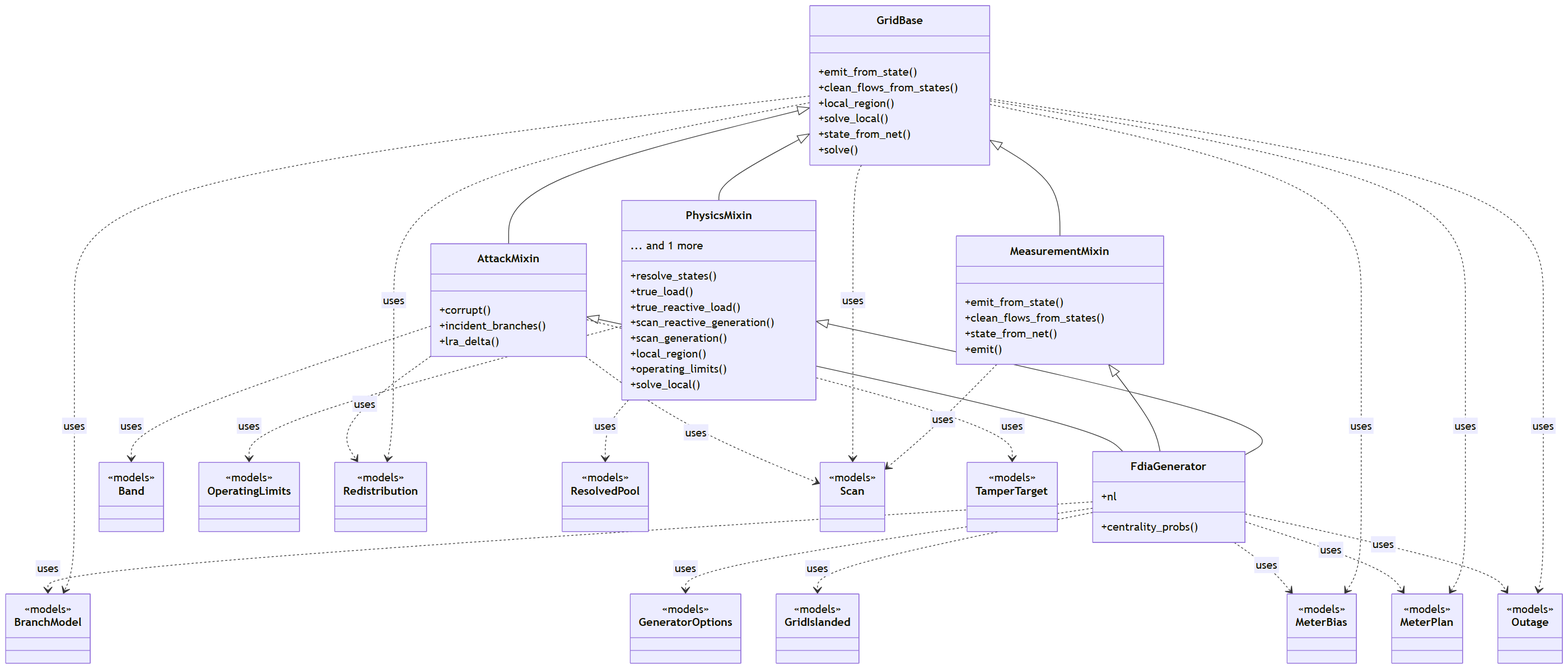
myersben9/fdia-graph keeps this Mermaid diagram as docs/figures/diagrams/classes_engine.png. Above is the earlier version. Its source is kept beside it as docs/figures/diagrams/classes_engine.mmd.
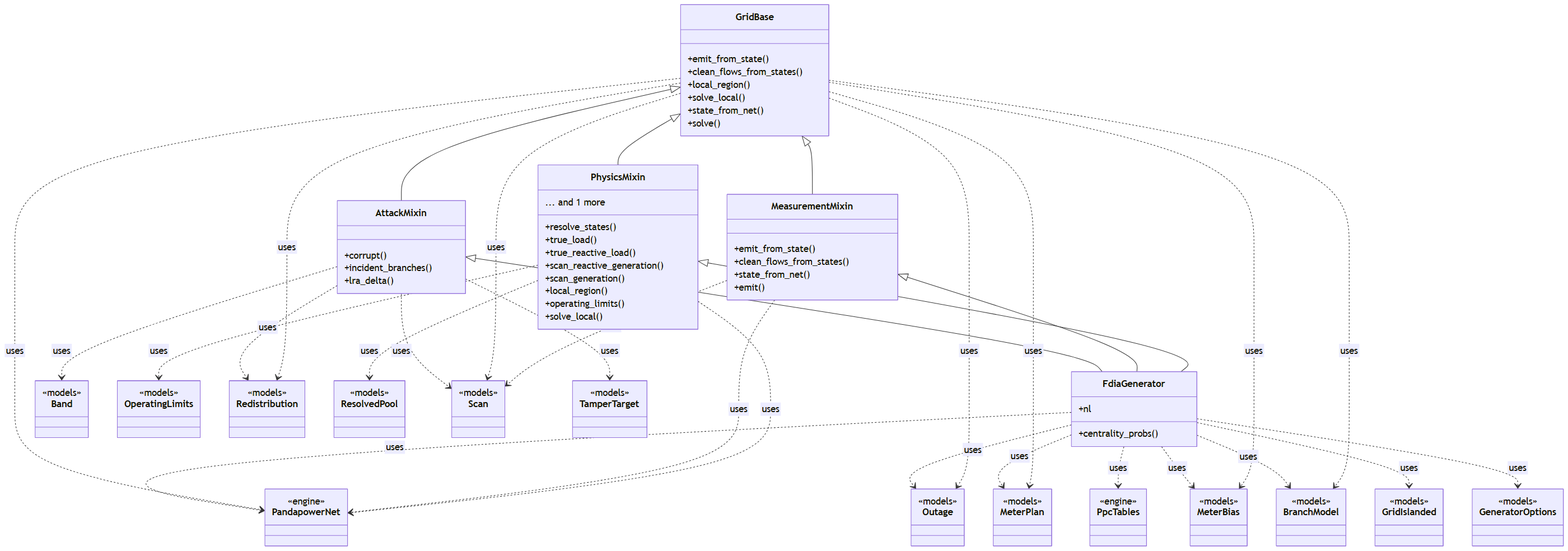
The same file after the commit.

Diff of the diagram source:
```diff
@@ -57,6 +57,12 @@
     class Outage {
         <<models>>
     }
+    class PandapowerNet {
+        <<engine>>
+    }
+    class PpcTables {
+        <<engine>>
+    }
     class Redistribution {
         <<models>>
     }
@@ -85,12 +91,17 @@
     FdiaGenerator ..> MeterBias : uses
     FdiaGenerator ..> MeterPlan : uses
     FdiaGenerator ..> Outage : uses
+    FdiaGenerator ..> PandapowerNet : uses
+    FdiaGenerator ..> PpcTables : uses
     GridBase ..> BranchModel : uses
     GridBase ..> MeterBias : uses
     GridBase ..> MeterPlan : uses
     GridBase ..> Outage : uses
+    GridBase ..> PandapowerNet : uses
     GridBase ..> Redistribution : uses
     GridBase ..> Scan : uses
+    MeasurementMixin ..> PandapowerNet : uses
     MeasurementMixin ..> Scan : uses
     PhysicsMixin ..> OperatingLimits : uses
+    PhysicsMixin ..> PandapowerNet : uses
     PhysicsMixin ..> ResolvedPool : uses
```
